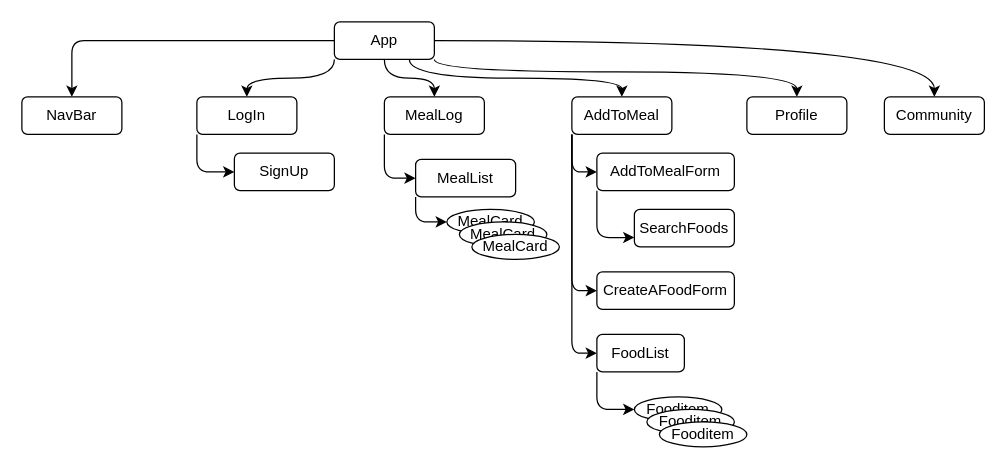
Above: client/reactdiagram.drawio in TitleXp/phase-4-mealbuddy (draw.io), before the change. Source tidied: cells renumbered, new cells numbered last; positions are measured from the earlier drawing's top-left corner, leaving out a move shared by most shapes. Both pictures are drawn from the tidied source at 125%, with x=0, y=0 at pixel (21, 21).
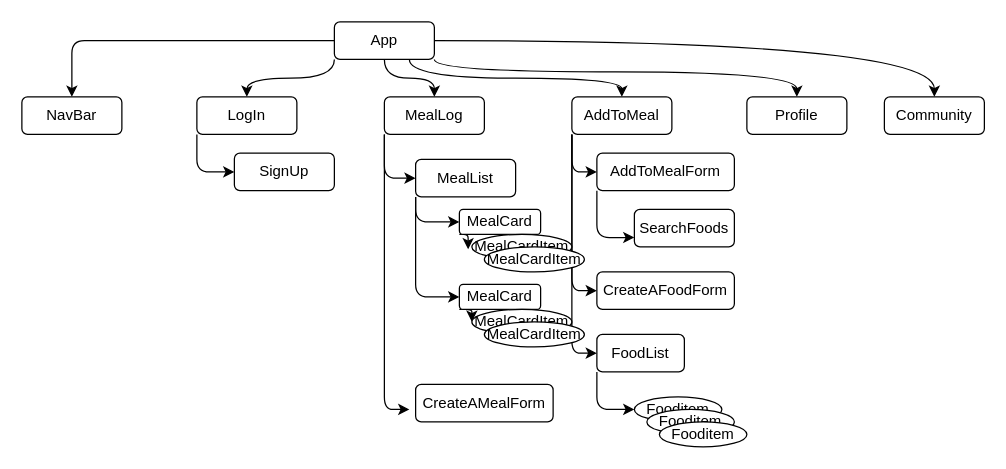
The same page after the edit.

Unchanged cells that the change refers to:
```xml
<mxCell id="16" value="MealLog" style="rounded=1;whiteSpace=wrap;html=1;" parent="1" vertex="1">
  <mxGeometry x="290" y="60" width="80" height="30" as="geometry" />
</mxCell>
<mxCell id="24" value="MealList" style="rounded=1;whiteSpace=wrap;html=1;" parent="1" vertex="1">
  <mxGeometry x="315" y="110" width="80" height="30" as="geometry" />
</mxCell>
```

What changed in the source:
```diff
@@
+    <mxCell id="35" style="edgeStyle=orthogonalEdgeStyle;html=1;exitX=0;exitY=1;exitDx=0;exitDy=0;" parent="1" edge="1" source="16">
+      <mxGeometry relative="1" as="geometry">
+        <mxPoint x="310" y="310" as="targetPoint" />
+        <Array as="points">
+          <mxPoint x="290" y="310" />
+        </Array>
+      </mxGeometry>
+    </mxCell>
@@
-    <mxCell id="23" style="edgeStyle=orthogonalEdgeStyle;html=1;exitX=0;exitY=1;exitDx=0;exitDy=0;entryX=0;entryY=0.5;entryDx=0;entryDy=0;" parent="1" edge="1" source="24" target="26">
+    <mxCell id="23" style="edgeStyle=orthogonalEdgeStyle;html=1;exitX=0;exitY=1;exitDx=0;exitDy=0;entryX=0;entryY=0.5;entryDx=0;entryDy=0;" parent="1" edge="1" source="24" target="39">
       <mxGeometry relative="1" as="geometry" />
     </mxCell>
+    <mxCell id="36" style="edgeStyle=orthogonalEdgeStyle;html=1;exitX=0;exitY=1;exitDx=0;exitDy=0;entryX=0;entryY=0.5;entryDx=0;entryDy=0;" parent="1" edge="1" source="24" target="43">
+      <mxGeometry relative="1" as="geometry" />
+    </mxCell>
@@
-    <mxCell id="26" value="MealCard" style="ellipse;whiteSpace=wrap;html=1;" parent="1" vertex="1">
-      <mxGeometry x="340" y="150" width="70" height="20" as="geometry" />
-    </mxCell>
-    <mxCell id="27" value="MealCard" style="ellipse;whiteSpace=wrap;html=1;" parent="1" vertex="1">
-      <mxGeometry x="350" y="160" width="70" height="20" as="geometry" />
-    </mxCell>
-    <mxCell id="28" value="MealCard" style="ellipse;whiteSpace=wrap;html=1;" parent="1" vertex="1">
-      <mxGeometry x="360" y="170" width="70" height="20" as="geometry" />
-    </mxCell>
@@
+    <mxCell id="37" value="CreateAMealForm" style="rounded=1;whiteSpace=wrap;html=1;" parent="1" vertex="1">
+      <mxGeometry x="315" y="290" width="110" height="30" as="geometry" />
+    </mxCell>
+    <mxCell id="38" style="edgeStyle=orthogonalEdgeStyle;html=1;exitX=0;exitY=1;exitDx=0;exitDy=0;entryX=-0.037;entryY=0.6;entryDx=0;entryDy=0;entryPerimeter=0;" parent="1" edge="1" source="39" target="40">
+      <mxGeometry relative="1" as="geometry">
+        <Array as="points">
+          <mxPoint x="357" y="170" />
+        </Array>
+      </mxGeometry>
+    </mxCell>
+    <mxCell id="39" value="MealCard" style="rounded=1;whiteSpace=wrap;html=1;" parent="1" vertex="1">
+      <mxGeometry x="350" y="150" width="65" height="20" as="geometry" />
+    </mxCell>
+    <mxCell id="40" value="MealCardItem" style="ellipse;whiteSpace=wrap;html=1;" parent="1" vertex="1">
+      <mxGeometry x="360" y="170" width="80" height="20" as="geometry" />
+    </mxCell>
+    <mxCell id="41" value="MealCardItem" style="ellipse;whiteSpace=wrap;html=1;" parent="1" vertex="1">
+      <mxGeometry x="370" y="180" width="80" height="20" as="geometry" />
+    </mxCell>
+    <mxCell id="42" style="edgeStyle=orthogonalEdgeStyle;html=1;exitX=0;exitY=1;exitDx=0;exitDy=0;" parent="1" edge="1" source="43">
+      <mxGeometry relative="1" as="geometry">
+        <mxPoint x="360" y="240" as="targetPoint" />
+      </mxGeometry>
+    </mxCell>
+    <mxCell id="43" value="MealCard" style="rounded=1;whiteSpace=wrap;html=1;" parent="1" vertex="1">
+      <mxGeometry x="350" y="210" width="65" height="20" as="geometry" />
+    </mxCell>
+    <mxCell id="44" value="MealCardItem" style="ellipse;whiteSpace=wrap;html=1;" parent="1" vertex="1">
+      <mxGeometry x="360" y="230" width="80" height="20" as="geometry" />
+    </mxCell>
+    <mxCell id="45" value="MealCardItem" style="ellipse;whiteSpace=wrap;html=1;" parent="1" vertex="1">
+      <mxGeometry x="370" y="240" width="80" height="20" as="geometry" />
+    </mxCell>
```
